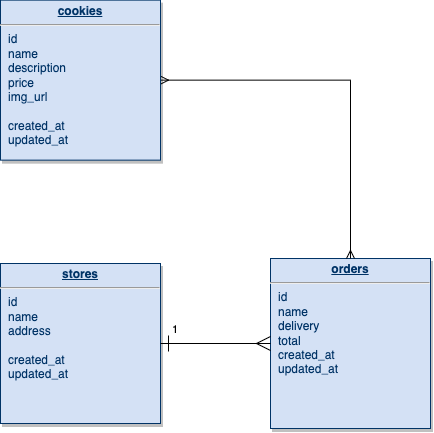
Before: erd.png, a diagram exported from draw.io (booyouon/cookieshoppe). Source tidied: cells renumbered, new cells last; positions are measured from the earlier drawing's top-left corner, leaving out a move shared by most shapes.
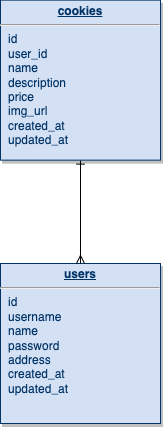
The same file after the commit.

Diff of the diagram source:
```diff
@@ -2,24 +2,14 @@
   <root>
     <mxCell id="0" />
     <mxCell id="1" parent="0" />
-    <mxCell id="2" value="&lt;p style=&quot;margin: 0px ; margin-top: 4px ; text-align: center ; text-decoration: underline&quot;&gt;&lt;b&gt;orders&lt;/b&gt;&lt;/p&gt;&lt;hr&gt;&lt;p style=&quot;margin: 0px 0px 0px 8px&quot;&gt;id&lt;/p&gt;&lt;p style=&quot;margin: 0px 0px 0px 8px&quot;&gt;name&lt;/p&gt;&lt;p style=&quot;margin: 0px 0px 0px 8px&quot;&gt;delivery&lt;/p&gt;&lt;p style=&quot;margin: 0px 0px 0px 8px&quot;&gt;total&lt;/p&gt;&lt;p style=&quot;margin: 0px 0px 0px 8px&quot;&gt;created_at&lt;/p&gt;&lt;p style=&quot;margin: 0px 0px 0px 8px&quot;&gt;updated_at&lt;/p&gt;" style="verticalAlign=top;align=left;overflow=fill;fontSize=12;fontFamily=Helvetica;html=1;strokeColor=#003366;shadow=1;fillColor=#D4E1F5;fontColor=#003366;" parent="1" vertex="1">
-      <mxGeometry x="270" y="258" width="160" height="170" as="geometry" />
-    </mxCell>
-    <mxCell id="3" value="&lt;p style=&quot;margin: 0px ; margin-top: 4px ; text-align: center ; text-decoration: underline&quot;&gt;&lt;b&gt;stores&lt;/b&gt;&lt;/p&gt;&lt;hr&gt;&lt;p style=&quot;margin: 0px 0px 0px 8px&quot;&gt;id&lt;/p&gt;&lt;p style=&quot;margin: 0px 0px 0px 8px&quot;&gt;name&lt;/p&gt;&lt;p style=&quot;margin: 0px 0px 0px 8px&quot;&gt;address&lt;/p&gt;&lt;p style=&quot;margin: 0px 0px 0px 8px&quot;&gt;&lt;br&gt;&lt;/p&gt;&lt;p style=&quot;margin: 0px 0px 0px 8px&quot;&gt;created_at&lt;/p&gt;&lt;p style=&quot;margin: 0px 0px 0px 8px&quot;&gt;updated_at&lt;/p&gt;" style="verticalAlign=top;align=left;overflow=fill;fontSize=12;fontFamily=Helvetica;html=1;strokeColor=#003366;shadow=1;fillColor=#D4E1F5;fontColor=#003366;" parent="1" vertex="1">
+    <mxCell id="3" value="&lt;p style=&quot;margin: 0px ; margin-top: 4px ; text-align: center ; text-decoration: underline&quot;&gt;&lt;b&gt;users&lt;/b&gt;&lt;/p&gt;&lt;hr&gt;&lt;p style=&quot;margin: 0px 0px 0px 8px&quot;&gt;id&lt;/p&gt;&lt;p style=&quot;margin: 0px 0px 0px 8px&quot;&gt;username&lt;/p&gt;&lt;p style=&quot;margin: 0px 0px 0px 8px&quot;&gt;name&lt;/p&gt;&lt;p style=&quot;margin: 0px 0px 0px 8px&quot;&gt;password&lt;/p&gt;&lt;p style=&quot;margin: 0px 0px 0px 8px&quot;&gt;address&lt;/p&gt;&lt;p style=&quot;margin: 0px 0px 0px 8px&quot;&gt;created_at&lt;/p&gt;&lt;p style=&quot;margin: 0px 0px 0px 8px&quot;&gt;updated_at&lt;/p&gt;" style="verticalAlign=top;align=left;overflow=fill;fontSize=12;fontFamily=Helvetica;html=1;strokeColor=#003366;shadow=1;fillColor=#D4E1F5;fontColor=#003366;" parent="1" vertex="1">
       <mxGeometry y="263" width="160" height="160" as="geometry" />
     </mxCell>
-    <mxCell id="4" style="edgeStyle=orthogonalEdgeStyle;rounded=0;jettySize=auto;html=1;startArrow=ERmany;startFill=0;endArrow=ERmany;endFill=0;" parent="1" edge="1" source="5" target="2">
-      <mxGeometry relative="1" as="geometry">
-        <Array as="points">
-          <mxPoint x="350" y="80" />
-        </Array>
-      </mxGeometry>
-    </mxCell>
+    <mxCell id="7" style="edgeStyle=orthogonalEdgeStyle;rounded=0;jettySize=auto;html=1;startArrow=ERone;startFill=0;endArrow=ERmany;endFill=0;" parent="1" edge="1" source="5" target="3">
+      <mxGeometry relative="1" as="geometry" />
+    </mxCell>
-    <mxCell id="5" value="&lt;p style=&quot;margin: 0px ; margin-top: 4px ; text-align: center ; text-decoration: underline&quot;&gt;&lt;b&gt;cookies&lt;/b&gt;&lt;/p&gt;&lt;hr&gt;&lt;p style=&quot;margin: 0px ; margin-left: 8px&quot;&gt;id&lt;/p&gt;&lt;p style=&quot;margin: 0px ; margin-left: 8px&quot;&gt;name&lt;/p&gt;&lt;p style=&quot;margin: 0px ; margin-left: 8px&quot;&gt;description&lt;/p&gt;&lt;p style=&quot;margin: 0px ; margin-left: 8px&quot;&gt;price&lt;/p&gt;&lt;p style=&quot;margin: 0px ; margin-left: 8px&quot;&gt;img_url&lt;/p&gt;&lt;p style=&quot;margin: 0px ; margin-left: 8px&quot;&gt;&lt;br&gt;&lt;/p&gt;&lt;p style=&quot;margin: 0px ; margin-left: 8px&quot;&gt;created_at&lt;/p&gt;&lt;p style=&quot;margin: 0px ; margin-left: 8px&quot;&gt;updated_at&lt;/p&gt;&lt;p style=&quot;margin: 0px ; margin-left: 8px&quot;&gt;&lt;br&gt;&lt;/p&gt;" style="verticalAlign=top;align=left;overflow=fill;fontSize=12;fontFamily=Helvetica;html=1;strokeColor=#003366;shadow=1;fillColor=#D4E1F5;fontColor=#003366;" parent="1" vertex="1">
+    <mxCell id="5" value="&lt;p style=&quot;margin: 0px ; margin-top: 4px ; text-align: center ; text-decoration: underline&quot;&gt;&lt;b&gt;cookies&lt;/b&gt;&lt;/p&gt;&lt;hr&gt;&lt;p style=&quot;margin: 0px ; margin-left: 8px&quot;&gt;id&lt;/p&gt;&lt;p style=&quot;margin: 0px ; margin-left: 8px&quot;&gt;user_id&lt;/p&gt;&lt;p style=&quot;margin: 0px ; margin-left: 8px&quot;&gt;name&lt;/p&gt;&lt;p style=&quot;margin: 0px ; margin-left: 8px&quot;&gt;description&lt;/p&gt;&lt;p style=&quot;margin: 0px ; margin-left: 8px&quot;&gt;price&lt;/p&gt;&lt;p style=&quot;margin: 0px ; margin-left: 8px&quot;&gt;img_url&lt;/p&gt;&lt;p style=&quot;margin: 0px ; margin-left: 8px&quot;&gt;created_at&lt;/p&gt;&lt;p style=&quot;margin: 0px ; margin-left: 8px&quot;&gt;updated_at&lt;/p&gt;&lt;p style=&quot;margin: 0px ; margin-left: 8px&quot;&gt;&lt;br&gt;&lt;/p&gt;" style="verticalAlign=top;align=left;overflow=fill;fontSize=12;fontFamily=Helvetica;html=1;strokeColor=#003366;shadow=1;fillColor=#D4E1F5;fontColor=#003366;" parent="1" vertex="1">
       <mxGeometry y="-0.4" width="160" height="160" as="geometry" />
     </mxCell>
-    <mxCell id="6" value="1" style="endArrow=ERmany;endSize=12;startArrow=ERone;startSize=14;startFill=0;edgeStyle=orthogonalEdgeStyle;align=left;verticalAlign=bottom;endFill=0;" parent="1" edge="1" source="3" target="2">
-      <mxGeometry x="-0.82" y="5" relative="1" as="geometry" />
-    </mxCell>
   </root>
 </mxGraphModel>
```
